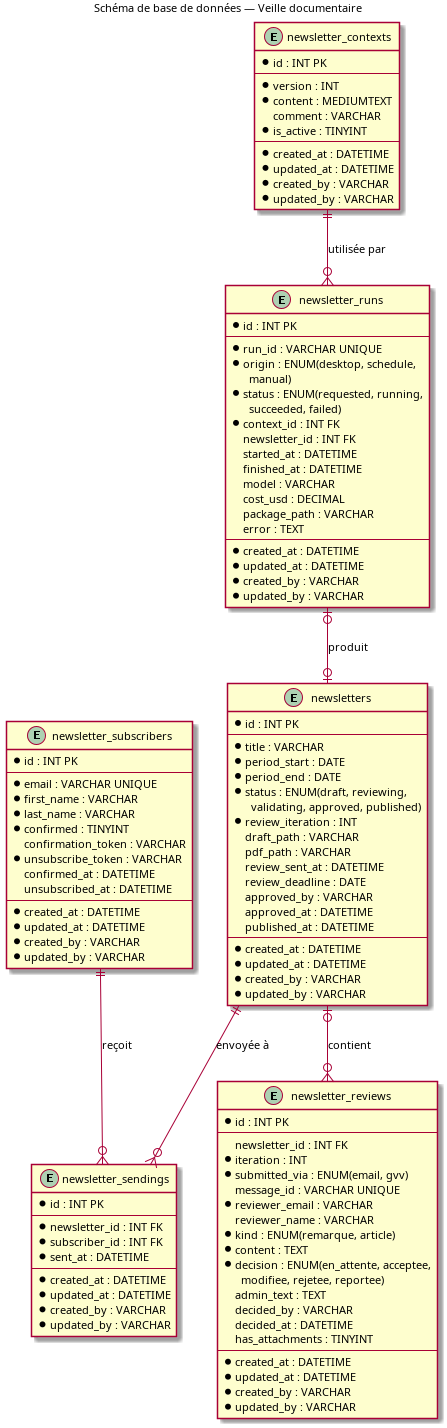
flub78/gvv keeps this PlantUML diagram as doc/design_notes/diagrams/veille_schema.png. Above is the earlier version. Its source is kept beside it as doc/design_notes/diagrams/veille_schema.puml.
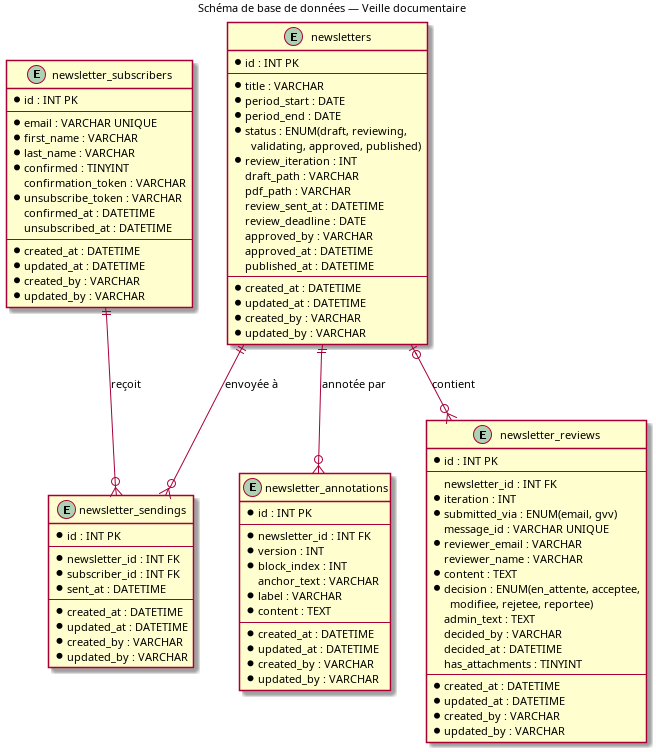
After the change.

The edit, as a diff of the source:
```diff
@@ -35,7 +35,6 @@
   message_id : VARCHAR UNIQUE
   * reviewer_email : VARCHAR
   reviewer_name : VARCHAR
-  * kind : ENUM(remarque, article)
   * content : TEXT
   * decision : ENUM(en_attente, acceptee,\n  modifiee, rejetee, reportee)
   admin_text : TEXT
@@ -80,34 +79,15 @@
   * updated_by : VARCHAR
 }
 
-entity newsletter_contexts {
+entity newsletter_annotations {
   * id : INT PK
   --
+  * newsletter_id : INT FK
   * version : INT
-  * content : MEDIUMTEXT
-  comment : VARCHAR
-  * is_active : TINYINT
-  --
-  * created_at : DATETIME
-  * updated_at : DATETIME
-  * created_by : VARCHAR
-  * updated_by : VARCHAR
-}
-
-entity newsletter_runs {
-  * id : INT PK
-  --
-  * run_id : VARCHAR UNIQUE
-  * origin : ENUM(desktop, schedule,\n  manual)
-  * status : ENUM(requested, running,\n  succeeded, failed)
-  * context_id : INT FK
-  newsletter_id : INT FK
-  started_at : DATETIME
-  finished_at : DATETIME
-  model : VARCHAR
-  cost_usd : DECIMAL
-  package_path : VARCHAR
-  error : TEXT
+  * block_index : INT
+  anchor_text : VARCHAR
+  * label : VARCHAR
+  * content : TEXT
   --
   * created_at : DATETIME
   * updated_at : DATETIME
@@ -119,7 +99,6 @@
 newsletters ||--o{ newsletter_sendings : envoyée à
 newsletter_subscribers ||--o{ newsletter_sendings : reçoit
 
-newsletter_contexts ||--o{ newsletter_runs : utilisée par
-newsletter_runs |o--o| newsletters : produit
+newsletters ||--o{ newsletter_annotations : annotée par
 
 @enduml
```
